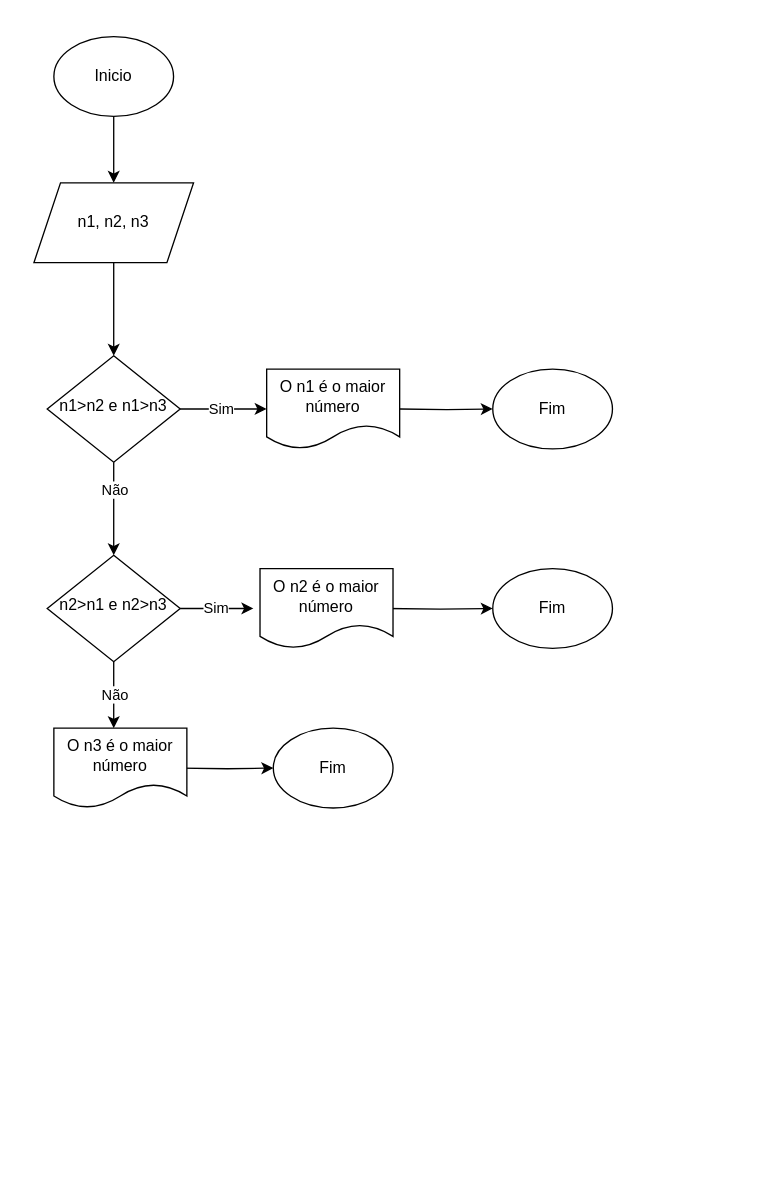
The draw.io diagram ex2.drawio in luanayasmim/repos-cap-unasp, before the edit. Source tidied: cells renumbered, new cells numbered last; positions are measured from the earlier drawing's top-left corner, leaving out a move shared by most shapes. Both pictures are drawn from the tidied source at 133%, with x=0, y=0 at pixel (33, 36).
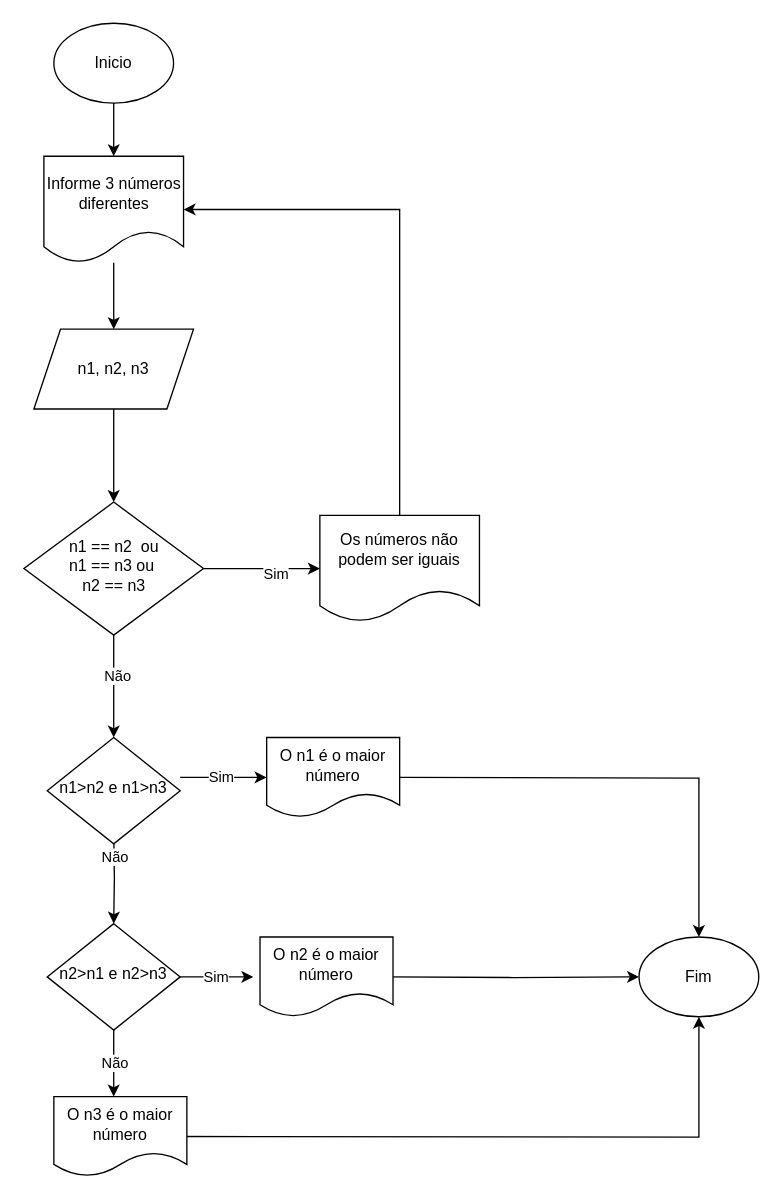
After the change.

What changed in the source:
```diff
@@
-    <mxCell id="2" style="edgeStyle=orthogonalEdgeStyle;rounded=0;jettySize=auto;html=1;" parent="1" edge="1" source="6" target="11">
-      <mxGeometry relative="1" as="geometry" />
+    <mxCell id="2" style="edgeStyle=orthogonalEdgeStyle;rounded=0;jettySize=auto;html=1;" parent="1" edge="1" target="11">
+      <mxGeometry relative="1" as="geometry">
+        <mxPoint x="60" y="597" as="sourcePoint" />
+      </mxGeometry>
     </mxCell>
@@
-    <mxCell id="4" style="edgeStyle=orthogonalEdgeStyle;rounded=0;jettySize=auto;html=1;" parent="1" edge="1" source="6">
+    <mxCell id="4" style="edgeStyle=orthogonalEdgeStyle;rounded=0;orthogonalLoop=1;jettySize=auto;html=1;" parent="1" edge="1">
       <mxGeometry relative="1" as="geometry">
-        <mxPoint x="175" y="280" as="targetPoint" />
+        <mxPoint x="110" y="557" as="sourcePoint" />
+        <mxPoint x="175" y="557" as="targetPoint" />
       </mxGeometry>
     </mxCell>
@@
     <mxCell id="6" value="n1&amp;gt;n2 e n1&amp;gt;n3" style="rhombus;whiteSpace=wrap;html=1;shadow=0;fontFamily=Helvetica;fontSize=12;align=center;strokeWidth=1;spacing=6;spacingTop=-4;" parent="1" vertex="1">
-      <mxGeometry x="10" y="240" width="100" height="80" as="geometry" />
+      <mxGeometry x="10" y="527" width="100" height="80" as="geometry" />
     </mxCell>
     <mxCell id="7" style="edgeStyle=orthogonalEdgeStyle;rounded=0;jettySize=auto;html=1;" parent="1" edge="1" source="11">
       <mxGeometry relative="1" as="geometry">
-        <mxPoint x="165" y="430" as="targetPoint" />
+        <mxPoint x="165" y="707" as="targetPoint" />
       </mxGeometry>
     </mxCell>
@@
     <mxCell id="9" style="edgeStyle=orthogonalEdgeStyle;rounded=0;jettySize=auto;html=1;" parent="1" edge="1" source="11">
       <mxGeometry relative="1" as="geometry">
-        <mxPoint x="60" y="520" as="targetPoint" />
+        <mxPoint x="60" y="797" as="targetPoint" />
       </mxGeometry>
     </mxCell>
@@
     <mxCell id="11" value="n2&amp;gt;n1 e n2&amp;gt;n3" style="rhombus;whiteSpace=wrap;html=1;shadow=0;fontFamily=Helvetica;fontSize=12;align=center;strokeWidth=1;spacing=6;spacingTop=-4;" parent="1" vertex="1">
-      <mxGeometry x="10" y="390" width="100" height="80" as="geometry" />
+      <mxGeometry x="10" y="667" width="100" height="80" as="geometry" />
     </mxCell>
-    <mxCell id="12" style="edgeStyle=orthogonalEdgeStyle;rounded=0;jettySize=auto;html=1;" parent="1" edge="1" source="13" target="15">
-      <mxGeometry relative="1" as="geometry" />
-    </mxCell>
+    <mxCell id="25" style="edgeStyle=orthogonalEdgeStyle;rounded=0;jettySize=auto;html=1;" parent="1" edge="1" source="13" target="28">
+      <mxGeometry relative="1" as="geometry" />
+    </mxCell>
     <mxCell id="13" value="Inicio" style="ellipse;whiteSpace=wrap;html=1;" parent="1" vertex="1">
-      <mxGeometry x="15" width="90" height="60" as="geometry" />
+      <mxGeometry x="15" y="-10" width="90" height="60" as="geometry" />
     </mxCell>
-    <mxCell id="14" style="edgeStyle=orthogonalEdgeStyle;rounded=0;jettySize=auto;html=1;" parent="1" edge="1" source="15" target="6">
-      <mxGeometry relative="1" as="geometry" />
-    </mxCell>
+    <mxCell id="26" style="edgeStyle=orthogonalEdgeStyle;rounded=0;jettySize=auto;html=1;" parent="1" edge="1" source="15" target="33">
+      <mxGeometry relative="1" as="geometry" />
+    </mxCell>
     <mxCell id="15" value="n1, n2, n3" style="shape=parallelogram;perimeter=parallelogramPerimeter;whiteSpace=wrap;html=1;fixedSize=1;" parent="1" vertex="1">
-      <mxGeometry y="110" width="120" height="60" as="geometry" />
+      <mxGeometry y="220" width="120" height="60" as="geometry" />
     </mxCell>
-    <mxCell id="16" style="edgeStyle=orthogonalEdgeStyle;rounded=0;jettySize=auto;html=1;" parent="1" edge="1" target="19">
+    <mxCell id="16" style="edgeStyle=orthogonalEdgeStyle;rounded=0;jettySize=auto;html=1;entryX=0.5;entryY=0;entryDx=0;entryDy=0;" parent="1" edge="1" target="21">
       <mxGeometry relative="1" as="geometry">
-        <mxPoint x="275" y="280" as="sourcePoint" />
+        <mxPoint x="275" y="557" as="sourcePoint" />
       </mxGeometry>
     </mxCell>
-    <mxCell id="17" style="edgeStyle=orthogonalEdgeStyle;rounded=0;jettySize=auto;html=1;" parent="1" edge="1" target="20">
+    <mxCell id="17" style="edgeStyle=orthogonalEdgeStyle;rounded=0;jettySize=auto;html=1;entryX=0;entryY=0.5;entryDx=0;entryDy=0;" parent="1" edge="1" target="21">
       <mxGeometry relative="1" as="geometry">
-        <mxPoint x="265" y="430" as="sourcePoint" />
+        <mxPoint x="265" y="707" as="sourcePoint" />
       </mxGeometry>
     </mxCell>
     <mxCell id="18" style="edgeStyle=orthogonalEdgeStyle;rounded=0;jettySize=auto;html=1;" parent="1" edge="1" target="21">
       <mxGeometry relative="1" as="geometry">
-        <mxPoint x="110" y="550" as="sourcePoint" />
+        <mxPoint x="110" y="827" as="sourcePoint" />
       </mxGeometry>
     </mxCell>
-    <mxCell id="19" value="Fim" style="ellipse;whiteSpace=wrap;html=1;" parent="1" vertex="1">
-      <mxGeometry x="345" y="250" width="90" height="60" as="geometry" />
-    </mxCell>
-    <mxCell id="20" value="Fim" style="ellipse;whiteSpace=wrap;html=1;" parent="1" vertex="1">
-      <mxGeometry x="345" y="400" width="90" height="60" as="geometry" />
-    </mxCell>
     <mxCell id="21" value="Fim" style="ellipse;whiteSpace=wrap;html=1;" parent="1" vertex="1">
-      <mxGeometry x="180" y="520" width="90" height="60" as="geometry" />
+      <mxGeometry x="455" y="677" width="90" height="60" as="geometry" />
     </mxCell>
     <mxCell id="22" value="O n1 é o maior número" style="shape=document;whiteSpace=wrap;html=1;boundedLbl=1;" parent="1" vertex="1">
-      <mxGeometry x="175" y="250" width="100" height="60" as="geometry" />
+      <mxGeometry x="175" y="527" width="100" height="60" as="geometry" />
     </mxCell>
     <mxCell id="23" value="O n2 é o maior número" style="shape=document;whiteSpace=wrap;html=1;boundedLbl=1;" parent="1" vertex="1">
-      <mxGeometry x="170" y="400" width="100" height="60" as="geometry" />
+      <mxGeometry x="170" y="677" width="100" height="60" as="geometry" />
     </mxCell>
     <mxCell id="24" value="O n3 é o maior número" style="shape=document;whiteSpace=wrap;html=1;boundedLbl=1;" parent="1" vertex="1">
-      <mxGeometry x="15" y="520" width="100" height="60" as="geometry" />
+      <mxGeometry x="15" y="797" width="100" height="60" as="geometry" />
     </mxCell>
+    <mxCell id="27" style="edgeStyle=orthogonalEdgeStyle;rounded=0;jettySize=auto;html=1;" parent="1" edge="1" source="28" target="15">
+      <mxGeometry relative="1" as="geometry" />
+    </mxCell>
+    <mxCell id="28" value="Informe 3 números diferentes" style="shape=document;whiteSpace=wrap;html=1;boundedLbl=1;" parent="1" vertex="1">
+      <mxGeometry x="7.5" y="90" width="105" height="80" as="geometry" />
+    </mxCell>
+    <mxCell id="29" style="edgeStyle=orthogonalEdgeStyle;rounded=0;jettySize=auto;html=1;" parent="1" edge="1" source="33" target="35">
+      <mxGeometry relative="1" as="geometry" />
+    </mxCell>
+    <mxCell id="30" value="Sim" style="edgeLabel;html=1;align=center;verticalAlign=middle;" parent="29" vertex="1">
+      <mxGeometry x="0.24" y="-3" relative="1" as="geometry" />
+    </mxCell>
+    <mxCell id="31" style="edgeStyle=orthogonalEdgeStyle;rounded=0;jettySize=auto;html=1;" parent="1" edge="1" source="33" target="6">
+      <mxGeometry relative="1" as="geometry" />
+    </mxCell>
+    <mxCell id="32" value="Não" style="edgeLabel;html=1;align=center;verticalAlign=middle;" parent="31" vertex="1">
+      <mxGeometry x="-0.22" y="2" relative="1" as="geometry" />
+    </mxCell>
+    <mxCell id="33" value="n1 == n2&amp;nbsp; ou&lt;br&gt;n1 == n3 ou&amp;nbsp;&lt;br&gt;n2 == n3" style="rhombus;whiteSpace=wrap;html=1;shadow=0;fontFamily=Helvetica;fontSize=12;align=center;strokeWidth=1;spacing=6;spacingTop=-4;" parent="1" vertex="1">
+      <mxGeometry x="-7.5" y="350" width="135" height="100" as="geometry" />
+    </mxCell>
+    <mxCell id="34" style="edgeStyle=orthogonalEdgeStyle;rounded=0;jettySize=auto;html=1;entryX=1;entryY=0.5;entryDx=0;entryDy=0;" parent="1" edge="1" source="35" target="28">
+      <mxGeometry relative="1" as="geometry">
+        <Array as="points">
+          <mxPoint x="275" y="130" />
+        </Array>
+      </mxGeometry>
+    </mxCell>
+    <mxCell id="35" value="Os números não podem ser iguais" style="shape=document;whiteSpace=wrap;html=1;boundedLbl=1;shadow=0;strokeWidth=1;spacing=6;spacingTop=-4;" parent="1" vertex="1">
+      <mxGeometry x="215" y="360" width="120" height="80" as="geometry" />
+    </mxCell>
```
